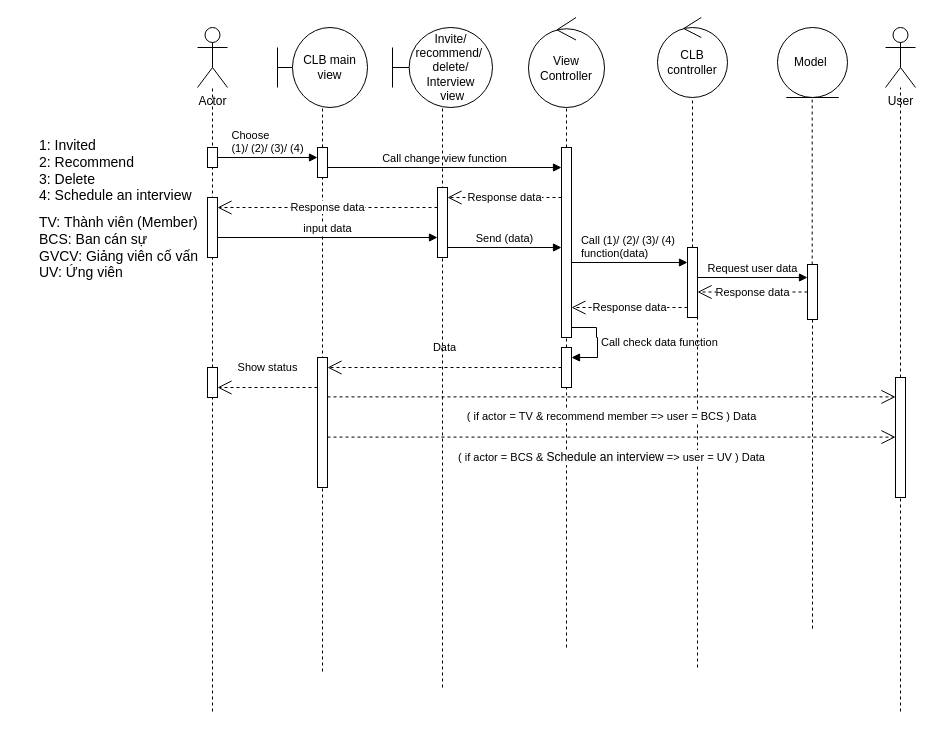
This is page 11 of 13 of diagram.drawio from ZanhhTrann/finall_project-, a draw.io file, before an edit. Source tidied: cells renumbered, new cells numbered last; positions are measured from the earlier drawing's top-left corner, leaving out a move shared by most shapes. Both pictures are drawn from the tidied source at 100%, with x=0, y=0 at pixel (37, 17).
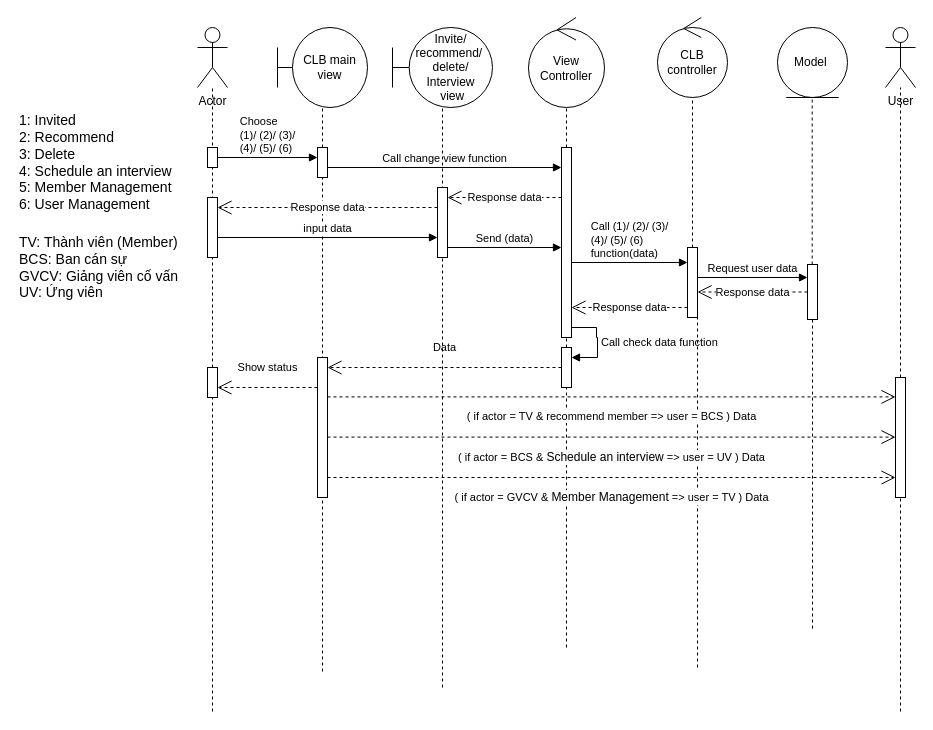
After the change.

What changed in the source:
```diff
@@
-    <mxCell id="14" value="&lt;div style=&quot;text-align: left;&quot;&gt;Call (1)/ (2)/ (3)/ (4)&amp;nbsp;&lt;/div&gt;&lt;div style=&quot;text-align: left;&quot;&gt;function(data)&lt;/div&gt;" style="html=1;verticalAlign=bottom;endArrow=block;curved=0;rounded=0;" parent="1" edge="1">
+    <mxCell id="14" value="&lt;div style=&quot;text-align: left;&quot;&gt;Call (1)/ (2)/ (3)/&lt;/div&gt;&lt;div style=&quot;text-align: left;&quot;&gt;(4)/ (5)/ (6)&amp;nbsp;&lt;/div&gt;&lt;div style=&quot;text-align: left;&quot;&gt;function(data)&lt;/div&gt;" style="html=1;verticalAlign=bottom;endArrow=block;curved=0;rounded=0;" parent="1" edge="1">
       <mxGeometry relative="1" as="geometry">
         <mxPoint x="534" y="245" as="sourcePoint" />
         <mxPoint x="650" y="245" as="targetPoint" />
         <Array as="points">
           <mxPoint x="650" y="245" />
         </Array>
       </mxGeometry>
     </mxCell>
@@
-    <mxCell id="24" value="&lt;div style=&quot;text-align: left;&quot;&gt;Choose&amp;nbsp;&lt;/div&gt;&lt;div style=&quot;text-align: left;&quot;&gt;(1)/ (2)/ (3)/ (4)&lt;/div&gt;" style="html=1;verticalAlign=bottom;endArrow=block;curved=0;rounded=0;" parent="1" edge="1">
+    <mxCell id="24" value="&lt;div style=&quot;text-align: left;&quot;&gt;Choose&amp;nbsp;&lt;/div&gt;&lt;div style=&quot;text-align: left;&quot;&gt;(1)/ (2)/ (3)/&lt;/div&gt;&lt;div style=&quot;text-align: left;&quot;&gt;(4)/ (5)/ (6)&lt;/div&gt;" style="html=1;verticalAlign=bottom;endArrow=block;curved=0;rounded=0;" parent="1" edge="1">
       <mxGeometry relative="1" as="geometry">
         <mxPoint x="180" y="140" as="sourcePoint" />
         <mxPoint x="280" y="140" as="targetPoint" />
       </mxGeometry>
     </mxCell>
@@
     <mxCell id="42" style="html=1;points=[[0,0,0,0,5],[0,1,0,0,-5],[1,0,0,0,5],[1,1,0,0,-5]];perimeter=orthogonalPerimeter;outlineConnect=0;targetShapes=umlLifeline;portConstraint=eastwest;newEdgeStyle={&quot;curved&quot;:0,&quot;rounded&quot;:0};" parent="1" vertex="1">
-      <mxGeometry x="280" y="340" width="10" height="130" as="geometry" />
+      <mxGeometry x="280" y="340" width="10" height="140" as="geometry" />
     </mxCell>
@@
-    <mxCell id="48" value="&lt;font style=&quot;font-size: 14px;&quot;&gt;1: Invited&lt;/font&gt;&lt;div style=&quot;font-size: 14px;&quot;&gt;&lt;font style=&quot;font-size: 14px;&quot;&gt;2: Recommend&lt;/font&gt;&lt;/div&gt;&lt;div style=&quot;font-size: 14px;&quot;&gt;&lt;font style=&quot;font-size: 14px;&quot;&gt;3: Delete&lt;/font&gt;&lt;/div&gt;&lt;div style=&quot;font-size: 14px;&quot;&gt;&lt;font style=&quot;font-size: 14px;&quot;&gt;4: Schedule an interview&lt;/font&gt;&lt;/div&gt;" style="text;html=1;align=left;verticalAlign=middle;strokeColor=none;fillColor=none;" parent="1" vertex="1">
-      <mxGeometry y="113" width="180" height="80" as="geometry" />
+    <mxCell id="48" value="&lt;font style=&quot;font-size: 14px;&quot;&gt;1: Invited&lt;/font&gt;&lt;div style=&quot;font-size: 14px;&quot;&gt;&lt;font style=&quot;font-size: 14px;&quot;&gt;2: Recommend&lt;/font&gt;&lt;/div&gt;&lt;div style=&quot;font-size: 14px;&quot;&gt;&lt;font style=&quot;font-size: 14px;&quot;&gt;3: Delete&lt;/font&gt;&lt;/div&gt;&lt;div style=&quot;font-size: 14px;&quot;&gt;&lt;font style=&quot;font-size: 14px;&quot;&gt;4: Schedule an interview&lt;/font&gt;&lt;/div&gt;&lt;div style=&quot;font-size: 14px;&quot;&gt;&lt;font style=&quot;font-size: 14px;&quot;&gt;5:&amp;nbsp;Member Management&lt;/font&gt;&lt;/div&gt;&lt;div style=&quot;font-size: 14px;&quot;&gt;&lt;font style=&quot;font-size: 14px;&quot;&gt;6: User Management&lt;/font&gt;&lt;/div&gt;" style="text;html=1;align=left;verticalAlign=middle;strokeColor=none;fillColor=none;" parent="1" vertex="1">
+      <mxGeometry x="-20" y="90" width="180" height="110" as="geometry" />
     </mxCell>
     <mxCell id="49" value="&lt;span style=&quot;font-size: 14px;&quot;&gt;TV: Thành viên (Member)&lt;/span&gt;&lt;div&gt;&lt;span style=&quot;font-size: 14px;&quot;&gt;BCS: Ban cán sự&lt;/span&gt;&lt;/div&gt;&lt;div&gt;&lt;span style=&quot;font-size: 14px;&quot;&gt;GVCV: Giảng viên cố vấn&lt;/span&gt;&lt;/div&gt;&lt;div&gt;&lt;span style=&quot;font-size: 14px;&quot;&gt;UV: Ứng viên&amp;nbsp;&lt;/span&gt;&lt;/div&gt;" style="text;html=1;align=left;verticalAlign=middle;strokeColor=none;fillColor=none;" parent="1" vertex="1">
-      <mxGeometry y="190" width="180" height="80" as="geometry" />
+      <mxGeometry x="-20" y="210" width="180" height="80" as="geometry" />
     </mxCell>
@@
+    <mxCell id="51" value="&lt;div style=&quot;text-align: left;&quot;&gt;( if actor = GVCV &amp;amp; &lt;span style=&quot;text-align: center; font-size: 12px;&quot;&gt;Member Management&lt;/span&gt;&amp;nbsp;=&amp;gt; user = TV ) Data&lt;/div&gt;" style="endArrow=open;endSize=12;dashed=1;html=1;rounded=0;" parent="1" edge="1">
+      <mxGeometry y="-20" relative="1" as="geometry">
+        <mxPoint x="290" y="460" as="sourcePoint" />
+        <mxPoint x="858" y="460" as="targetPoint" />
+      </mxGeometry>
+    </mxCell>
```
